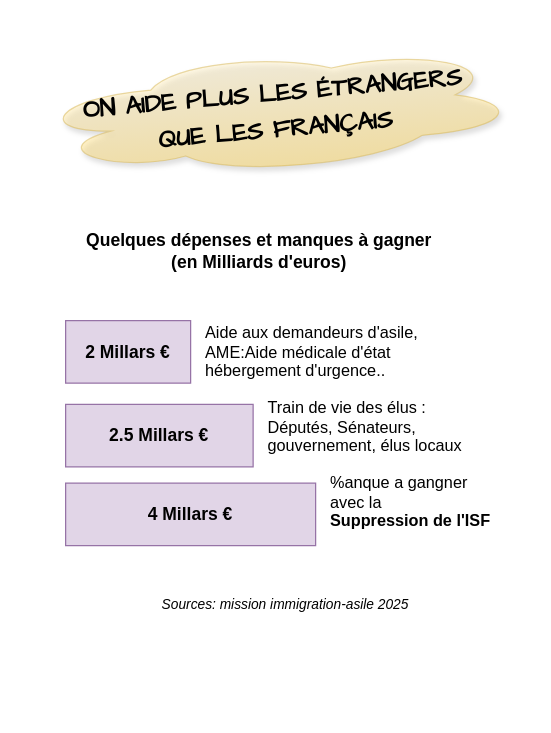
This is drawio/AideEtrangers.drawio from bernard44600/cedbn, a draw.io file, before an edit. Source tidied: cells renumbered, new cells numbered last; positions are measured from the earlier drawing's top-left corner, leaving out a move shared by most shapes. Both pictures are drawn from the tidied source at 125%, with x=0, y=0 at pixel (31, 48).
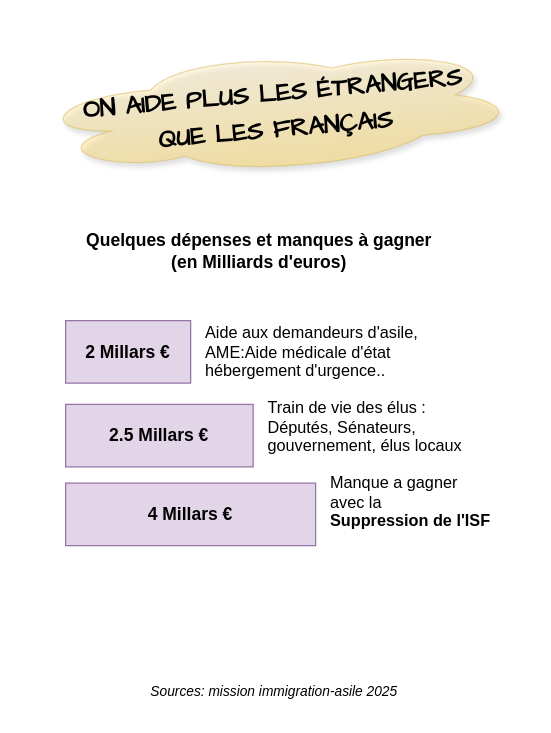
After the change.

What changed in the source:
```diff
@@
 <mxGraphModel>
   <root>
     <mxCell id="0" />
     <mxCell id="1" parent="0" />
     <mxCell id="2" value="&lt;b&gt;Quelques dépenses et manques à gagner&lt;br&gt;(en Milliards d'euros)&lt;/b&gt;" style="text;html=1;align=center;verticalAlign=middle;whiteSpace=wrap;rounded=0;fontSize=14;" parent="1" vertex="1">
       <mxGeometry x="7" y="142" width="350" height="40" as="geometry" />
     </mxCell>
     <mxCell id="3" value="&lt;b&gt;&lt;font style=&quot;font-size: 14px;&quot;&gt;2 Millars €&lt;/font&gt;&lt;/b&gt;" style="rounded=0;whiteSpace=wrap;html=1;fillColor=#e1d5e7;strokeColor=#9673a6;" parent="1" vertex="1">
       <mxGeometry x="27" y="218" width="100" height="50" as="geometry" />
     </mxCell>
     <mxCell id="4" value="Aide aux demandeurs d'asile, &lt;br&gt;AME:Aide médicale d'état &lt;br&gt;hébergement d'urgence.." style="text;html=1;align=left;verticalAlign=middle;whiteSpace=wrap;rounded=0;fontSize=13;" parent="1" vertex="1">
       <mxGeometry x="137" y="228" width="220" height="30" as="geometry" />
     </mxCell>
     <mxCell id="5" value="&lt;b&gt;&lt;font style=&quot;font-size: 14px;&quot;&gt;2.5 Millars €&lt;/font&gt;&lt;/b&gt;" style="rounded=0;whiteSpace=wrap;html=1;fillColor=#e1d5e7;strokeColor=#9673a6;" parent="1" vertex="1">
       <mxGeometry x="27" y="285" width="150" height="50" as="geometry" />
     </mxCell>
     <mxCell id="6" value="Train de vie des élus :&lt;br&gt;Députés, Sénateurs, gouvernement, élus locaux" style="text;html=1;align=left;verticalAlign=middle;whiteSpace=wrap;rounded=0;fontSize=13;" parent="1" vertex="1">
       <mxGeometry x="187" y="288" width="170" height="30" as="geometry" />
     </mxCell>
     <mxCell id="7" value="&lt;b&gt;&lt;font style=&quot;font-size: 14px;&quot;&gt;4 Millars €&lt;/font&gt;&lt;/b&gt;" style="rounded=0;whiteSpace=wrap;html=1;fillColor=#e1d5e7;strokeColor=#9673a6;" parent="1" vertex="1">
       <mxGeometry x="27" y="348" width="200" height="50" as="geometry" />
     </mxCell>
-    <mxCell id="8" value="%anque a gangner &lt;br&gt;avec la&lt;br&gt;&lt;b&gt;Suppression de l'ISF&lt;/b&gt;" style="text;html=1;align=left;verticalAlign=middle;whiteSpace=wrap;rounded=0;fontSize=13;" parent="1" vertex="1">
+    <mxCell id="8" value="Manque a gagner &lt;br&gt;avec la&lt;br&gt;&lt;b&gt;Suppression de l'ISF&lt;/b&gt;" style="text;html=1;align=left;verticalAlign=middle;whiteSpace=wrap;rounded=0;fontSize=13;" parent="1" vertex="1">
       <mxGeometry x="237" y="348" width="160" height="30" as="geometry" />
     </mxCell>
     <mxCell id="9" value="&lt;i style=&quot;font-size: 11px;&quot;&gt;Sources: mission immigration-asile 2025&lt;/i&gt;" style="text;html=1;align=center;verticalAlign=middle;whiteSpace=wrap;rounded=0;" parent="1" vertex="1">
-      <mxGeometry x="27.7" y="430" width="350" height="30" as="geometry" />
+      <mxGeometry x="18.8" y="500" width="350" height="30" as="geometry" />
     </mxCell>
     <mxCell id="10" value="&lt;font style=&quot;font-size: 20px;&quot;&gt;&lt;b&gt;ON AIDE PLUS LES ÉTRANGERS&lt;br&gt;QUE LES FRANÇAIS&lt;/b&gt;&lt;/font&gt;" style="ellipse;shape=cloud;whiteSpace=wrap;html=1;perimeter=cloudPerimeter;fillColor=#fff2cc;strokeColor=#d6b656;opacity=50;opacityGroup=1;shadow=1;fontSize=24;fontFamily=Architects Daughter;rotation=-5;fontStyle=1;gradientColor=#ffd966;" parent="1" vertex="1">
       <mxGeometry width="387.7" height="100" as="geometry" />
     </mxCell>
   </root>
 </mxGraphModel>
```
